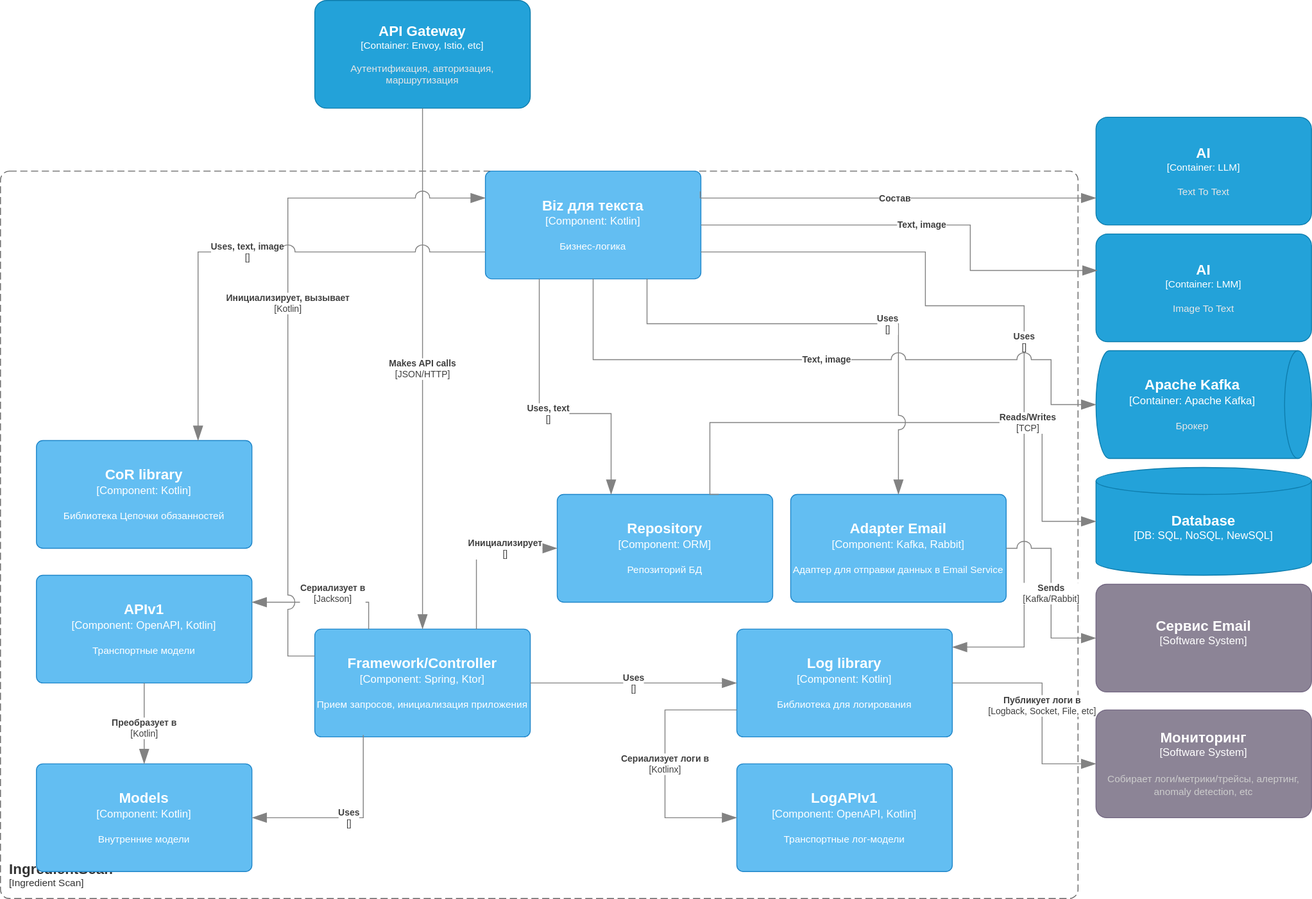
psa-corp/otuskotlin-hw keeps this draw.io diagram as docs/03-architecture/arch-C4-Components.drawio.svg. Above is the earlier version. Source tidied: cells renumbered, new cells last; positions are measured from the earlier drawing's top-left corner, leaving out a move shared by most shapes.
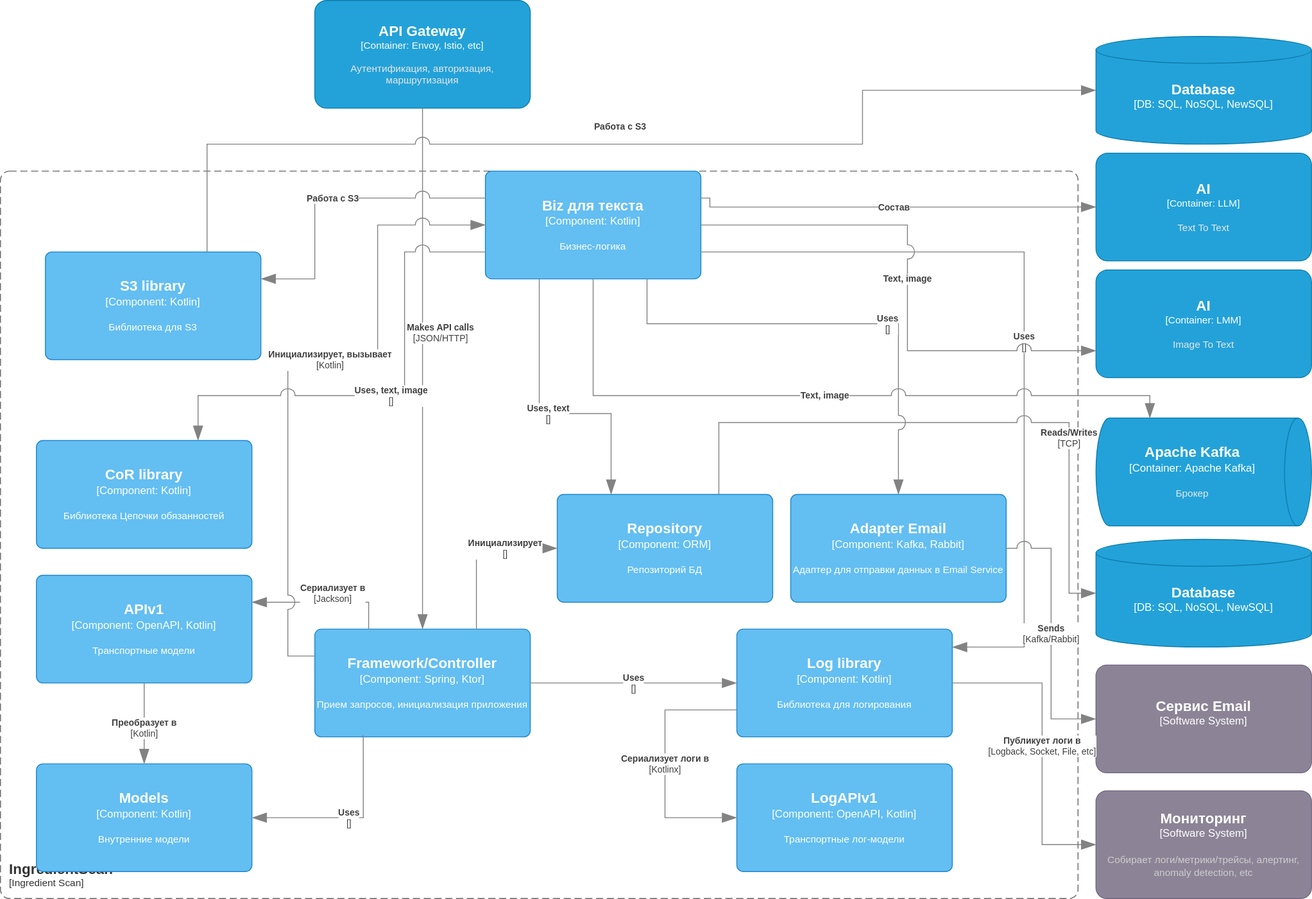
After the commit.

Change to the diagram source:
```diff
@@ -14,7 +14,7 @@
     </object>
     <object id="4" label="&lt;font style=&quot;font-size: 16px&quot;&gt;&lt;b&gt;%c4Name%&lt;/b&gt;&lt;/font&gt;&lt;div&gt;[%c4Type%]&lt;/div&gt;&lt;br&gt;&lt;div&gt;&lt;font style=&quot;font-size: 11px&quot;&gt;&lt;font color=&quot;#cccccc&quot;&gt;%c4Description%&lt;/font&gt;&lt;/div&gt;" c4Description="" c4Name="Сервис Email" c4Type="Software System" placeholders="1">
       <mxCell style="rounded=1;whiteSpace=wrap;html=1;labelBackgroundColor=none;fillColor=#8C8496;fontColor=#ffffff;align=center;arcSize=10;strokeColor=#736782;points=[[0.25,0,0],[0.5,0,0],[0.75,0,0],[1,0.25,0],[1,0.5,0],[1,0.75,0],[0.75,1,0],[0.5,1,0],[0.25,1,0],[0,0.75,0],[0,0.5,0],[0,0.25,0]];" parent="1" vertex="1">
-        <mxGeometry x="1220" y="650" width="240" height="120" as="geometry" />
+        <mxGeometry x="1220" y="740" width="240" height="120" as="geometry" />
       </mxCell>
     </object>
     <object id="5" label="&lt;font style=&quot;font-size: 16px&quot;&gt;&lt;b&gt;%c4Name%&lt;/b&gt;&lt;/font&gt;&lt;div&gt;[%c4Type%: %c4Technology%]&lt;/div&gt;&lt;br&gt;&lt;div&gt;&lt;font style=&quot;font-size: 11px&quot;&gt;%c4Description%&lt;/font&gt;&lt;/div&gt;" c4Description="Прием запросов, инициализация приложения" c4Name="Framework/Controller" c4Technology="Spring, Ktor" c4Type="Component" placeholders="1">
@@ -34,7 +34,7 @@
     </object>
     <object id="8" label="&lt;div style=&quot;text-align: left&quot;&gt;&lt;div style=&quot;text-align: center&quot;&gt;&lt;b&gt;%c4Description%&lt;/b&gt;&lt;/div&gt;&lt;div style=&quot;text-align: center&quot;&gt;[%c4Technology%]&lt;/div&gt;&lt;/div&gt;" c4Description="Makes API calls" c4Technology="JSON/HTTP" c4Type="Relationship" placeholders="1">
       <mxCell style="endArrow=blockThin;html=1;fontSize=10;fontColor=#404040;strokeWidth=1;endFill=1;strokeColor=#828282;elbow=vertical;endSize=14;startSize=14;jumpStyle=arc;jumpSize=16;rounded=0;edgeStyle=orthogonalEdgeStyle;exitX=0.5;exitY=1;exitDx=0;exitDy=0;exitPerimeter=0;entryX=0.5;entryY=0;entryDx=0;entryDy=0;entryPerimeter=0;" parent="1" edge="1" source="3" target="5">
-        <mxGeometry relative="1" as="geometry" />
+        <mxGeometry x="-0.14" y="20" relative="1" as="geometry" />
       </mxCell>
     </object>
     <object id="9" label="&lt;div style=&quot;text-align: left&quot;&gt;&lt;div style=&quot;text-align: center&quot;&gt;&lt;b&gt;%c4Description%&lt;/b&gt;&lt;/div&gt;&lt;div style=&quot;text-align: center&quot;&gt;[%c4Technology%]&lt;/div&gt;&lt;/div&gt;" c4Description="Сериализует в" c4Technology="Jackson" c4Type="Relationship" placeholders="1">
@@ -58,11 +58,13 @@
       </mxCell>
     </object>
     <object id="12" label="&lt;div style=&quot;text-align: left&quot;&gt;&lt;div style=&quot;text-align: center&quot;&gt;&lt;b&gt;%c4Description%&lt;/b&gt;&lt;/div&gt;&lt;div style=&quot;text-align: center&quot;&gt;[%c4Technology%]&lt;/div&gt;&lt;/div&gt;" c4Description="Инициализирует, вызывает" c4Technology="Kotlin" c4Type="Relationship" placeholders="1">
-      <mxCell style="endArrow=blockThin;html=1;fontSize=10;fontColor=#404040;strokeWidth=1;endFill=1;strokeColor=#828282;elbow=vertical;endSize=14;startSize=14;jumpStyle=arc;jumpSize=16;rounded=0;edgeStyle=orthogonalEdgeStyle;exitX=0;exitY=0.25;exitDx=0;exitDy=0;exitPerimeter=0;entryX=0;entryY=0.25;entryDx=0;entryDy=0;entryPerimeter=0;" parent="1" edge="1" source="5" target="11">
+      <mxCell style="endArrow=blockThin;html=1;fontSize=10;fontColor=#404040;strokeWidth=1;endFill=1;strokeColor=#828282;elbow=vertical;endSize=14;startSize=14;jumpStyle=arc;jumpSize=16;rounded=0;edgeStyle=orthogonalEdgeStyle;exitX=0;exitY=0.25;exitDx=0;exitDy=0;exitPerimeter=0;entryX=0;entryY=0.5;entryDx=0;entryDy=0;entryPerimeter=0;" parent="1" edge="1" source="5" target="11">
         <mxGeometry x="0.11" relative="1" as="geometry">
           <Array as="points">
             <mxPoint x="320" y="730" />
-            <mxPoint x="320" y="220" />
+            <mxPoint x="320" y="400" />
+            <mxPoint x="420" y="400" />
+            <mxPoint x="420" y="250" />
           </Array>
         </mxGeometry>
       </mxCell>
@@ -90,7 +92,9 @@
       <mxCell style="endArrow=blockThin;html=1;fontSize=10;fontColor=#404040;strokeWidth=1;endFill=1;strokeColor=#828282;elbow=vertical;endSize=14;startSize=14;jumpStyle=arc;jumpSize=16;rounded=0;edgeStyle=orthogonalEdgeStyle;entryX=0.75;entryY=0;entryDx=0;entryDy=0;entryPerimeter=0;exitX=0;exitY=0.75;exitDx=0;exitDy=0;exitPerimeter=0;" parent="1" edge="1" source="11" target="15">
         <mxGeometry relative="1" as="geometry">
           <Array as="points">
-            <mxPoint x="220" y="280" />
+            <mxPoint x="450" y="280" />
+            <mxPoint x="450" y="440" />
+            <mxPoint x="220" y="440" />
           </Array>
         </mxGeometry>
       </mxCell>
@@ -120,9 +124,7 @@
         <mxGeometry x="0.05" relative="1" as="geometry">
           <mxPoint x="1060" y="720" as="targetPoint" />
           <Array as="points">
-            <mxPoint x="1030" y="280" />
-            <mxPoint x="1030" y="340" />
-            <mxPoint x="1140" y="340" />
+            <mxPoint x="1140" y="280" />
             <mxPoint x="1140" y="720" />
           </Array>
         </mxGeometry>
@@ -130,16 +132,16 @@
     </object>
     <object id="21" label="&lt;font style=&quot;font-size: 16px&quot;&gt;&lt;b&gt;%c4Type%&lt;/b&gt;&lt;/font&gt;&lt;div&gt;[%c4Container%:&amp;nbsp;%c4Technology%]&lt;/div&gt;&lt;br&gt;&lt;div&gt;&lt;font style=&quot;font-size: 11px&quot;&gt;&lt;font color=&quot;#E6E6E6&quot;&gt;%c4Description%&lt;/font&gt;&lt;/div&gt;" c4Container="DB" c4Description="" c4Technology="SQL, NoSQL, NewSQL" c4Type="Database" placeholders="1">
       <mxCell style="shape=cylinder3;size=15;whiteSpace=wrap;html=1;boundedLbl=1;rounded=0;labelBackgroundColor=none;fillColor=#23A2D9;fontSize=12;fontColor=#ffffff;align=center;strokeColor=#0E7DAD;points=[[0.5,0,0],[1,0.25,0],[1,0.5,0],[1,0.75,0],[0.5,1,0],[0,0.75,0],[0,0.5,0],[0,0.25,0]];" parent="1" vertex="1">
-        <mxGeometry x="1220" y="520" width="240" height="120" as="geometry" />
+        <mxGeometry x="1220" y="600" width="240" height="120" as="geometry" />
       </mxCell>
     </object>
     <object id="22" label="&lt;div style=&quot;text-align: left&quot;&gt;&lt;div style=&quot;text-align: center&quot;&gt;&lt;b&gt;%c4Description%&lt;/b&gt;&lt;/div&gt;&lt;div style=&quot;text-align: center&quot;&gt;[%c4Technology%]&lt;/div&gt;&lt;/div&gt;" c4Description="Reads/Writes" c4Technology="TCP" c4Type="Relationship" placeholders="1">
       <mxCell style="endArrow=blockThin;html=1;fontSize=10;fontColor=#404040;strokeWidth=1;endFill=1;strokeColor=#828282;elbow=vertical;endSize=14;startSize=14;jumpStyle=arc;jumpSize=16;rounded=0;edgeStyle=orthogonalEdgeStyle;exitX=0.75;exitY=0;exitDx=0;exitDy=0;exitPerimeter=0;entryX=0;entryY=0.5;entryDx=0;entryDy=0;entryPerimeter=0;" parent="1" edge="1" source="13" target="21">
         <mxGeometry x="0.41" relative="1" as="geometry">
           <Array as="points">
-            <mxPoint x="790" y="470" />
-            <mxPoint x="1160" y="470" />
-            <mxPoint x="1160" y="580" />
+            <mxPoint x="800" y="470" />
+            <mxPoint x="1190" y="470" />
+            <mxPoint x="1190" y="660" />
           </Array>
         </mxGeometry>
       </mxCell>
@@ -161,7 +163,7 @@
     </object>
     <object id="25" label="&lt;font style=&quot;font-size: 16px&quot;&gt;&lt;b&gt;%c4Name%&lt;/b&gt;&lt;/font&gt;&lt;div&gt;[%c4Type%]&lt;/div&gt;&lt;br&gt;&lt;div&gt;&lt;font style=&quot;font-size: 11px&quot;&gt;&lt;font color=&quot;#cccccc&quot;&gt;%c4Description%&lt;/font&gt;&lt;/div&gt;" c4Description="Собирает логи/метрики/трейсы, алертинг, anomaly detection, etc" c4Name="Мониторинг" c4Type="Software System" placeholders="1">
       <mxCell style="rounded=1;whiteSpace=wrap;html=1;labelBackgroundColor=none;fillColor=#8C8496;fontColor=#ffffff;align=center;arcSize=10;strokeColor=#736782;points=[[0.25,0,0],[0.5,0,0],[0.75,0,0],[1,0.25,0],[1,0.5,0],[1,0.75,0],[0.75,1,0],[0.5,1,0],[0.25,1,0],[0,0.75,0],[0,0.5,0],[0,0.25,0]];" parent="1" vertex="1">
-        <mxGeometry x="1220" y="790" width="240" height="120" as="geometry" />
+        <mxGeometry x="1220" y="880" width="240" height="120" as="geometry" />
       </mxCell>
     </object>
     <object id="26" label="&lt;div style=&quot;text-align: left&quot;&gt;&lt;div style=&quot;text-align: center&quot;&gt;&lt;b&gt;%c4Description%&lt;/b&gt;&lt;/div&gt;&lt;div style=&quot;text-align: center&quot;&gt;[%c4Technology%]&lt;/div&gt;&lt;/div&gt;" c4Description="Публикует логи в" c4Technology="Logback, Socket, File, etc" c4Type="Relationship" placeholders="1">
@@ -169,7 +171,7 @@
         <mxGeometry relative="1" as="geometry">
           <Array as="points">
             <mxPoint x="1160" y="760" />
-            <mxPoint x="1160" y="850" />
+            <mxPoint x="1160" y="940" />
           </Array>
         </mxGeometry>
       </mxCell>
@@ -205,48 +207,79 @@
     </object>
     <object id="31" label="&lt;font style=&quot;font-size: 16px&quot;&gt;&lt;b&gt;%c4Name%&lt;/b&gt;&lt;/font&gt;&lt;div&gt;[%c4Type%:&amp;nbsp;%c4Technology%]&lt;/div&gt;&lt;br&gt;&lt;div&gt;&lt;font style=&quot;font-size: 11px&quot;&gt;&lt;font color=&quot;#E6E6E6&quot;&gt;%c4Description%&lt;/font&gt;&lt;/div&gt;" c4Description="Брокер" c4Name="Apache Kafka" c4Technology="Apache Kafka" c4Type="Container" placeholders="1">
       <mxCell style="shape=cylinder3;size=15;direction=south;whiteSpace=wrap;html=1;boundedLbl=1;rounded=0;labelBackgroundColor=none;fillColor=#23A2D9;fontSize=12;fontColor=#ffffff;align=center;strokeColor=#0E7DAD;points=[[0.5,0,0],[1,0.25,0],[1,0.5,0],[1,0.75,0],[0.5,1,0],[0,0.75,0],[0,0.5,0],[0,0.25,0]];verticalAlign=middle;arcSize=11;fontFamily=Helvetica;" parent="1" vertex="1">
-        <mxGeometry x="1220" y="390" width="240" height="120" as="geometry" />
+        <mxGeometry x="1220" y="465" width="240" height="120" as="geometry" />
       </mxCell>
     </object>
     <object id="32" label="&lt;font style=&quot;font-size: 16px&quot;&gt;&lt;b&gt;%c4Name%&lt;/b&gt;&lt;/font&gt;&lt;div&gt;[%c4Type%: %c4Technology%]&lt;/div&gt;&lt;br&gt;&lt;div&gt;&lt;font style=&quot;font-size: 11px&quot;&gt;&lt;font color=&quot;#E6E6E6&quot;&gt;%c4Description%&lt;/font&gt;&lt;/div&gt;" c4Description="Image To Text" c4Name="AI" c4Technology="LMM" c4Type="Container" placeholders="1">
       <mxCell style="rounded=1;whiteSpace=wrap;html=1;fontSize=11;labelBackgroundColor=none;fillColor=#23A2D9;fontColor=#ffffff;align=center;arcSize=11;strokeColor=#0E7DAD;points=[[0.25,0,0],[0.5,0,0],[0.75,0,0],[1,0.25,0],[1,0.5,0],[1,0.75,0],[0.75,1,0],[0.5,1,0],[0.25,1,0],[0,0.75,0],[0,0.5,0],[0,0.25,0]];" parent="1" vertex="1">
-        <mxGeometry x="1220" y="260" width="240" height="120" as="geometry" />
+        <mxGeometry x="1220" y="300" width="240" height="120" as="geometry" />
       </mxCell>
     </object>
     <object id="33" label="&lt;font style=&quot;font-size: 16px&quot;&gt;&lt;b&gt;%c4Name%&lt;/b&gt;&lt;/font&gt;&lt;div&gt;[%c4Type%: %c4Technology%]&lt;/div&gt;&lt;br&gt;&lt;div&gt;&lt;font style=&quot;font-size: 11px&quot;&gt;&lt;font color=&quot;#E6E6E6&quot;&gt;%c4Description%&lt;/font&gt;&lt;/div&gt;" c4Description="Text To Text" c4Name="AI" c4Technology="LLM" c4Type="Container" placeholders="1">
       <mxCell style="rounded=1;whiteSpace=wrap;html=1;fontSize=11;labelBackgroundColor=none;fillColor=#23A2D9;fontColor=#ffffff;align=center;arcSize=11;strokeColor=#0E7DAD;points=[[0.25,0,0],[0.5,0,0],[0.75,0,0],[1,0.25,0],[1,0.5,0],[1,0.75,0],[0.75,1,0],[0.5,1,0],[0.25,1,0],[0,0.75,0],[0,0.5,0],[0,0.25,0]];" parent="1" vertex="1">
-        <mxGeometry x="1220" y="130" width="240" height="120" as="geometry" />
+        <mxGeometry x="1220" y="170" width="240" height="120" as="geometry" />
       </mxCell>
     </object>
     <object id="34" label="&lt;div style=&quot;text-align: left&quot;&gt;&lt;div style=&quot;text-align: center&quot;&gt;&lt;b&gt;%c4Description%&lt;/b&gt;&lt;/div&gt;" c4Description="Text, image" c4Type="Relationship" placeholders="1">
-      <mxCell style="endArrow=blockThin;html=1;fontSize=10;fontColor=#404040;strokeWidth=1;endFill=1;strokeColor=#828282;elbow=vertical;endSize=14;startSize=14;jumpStyle=arc;jumpSize=16;rounded=0;edgeStyle=orthogonalEdgeStyle;entryX=0.5;entryY=1;entryDx=0;entryDy=0;entryPerimeter=0;exitX=0.5;exitY=1;exitDx=0;exitDy=0;exitPerimeter=0;" parent="1" edge="1" source="11" target="31">
+      <mxCell style="endArrow=blockThin;html=1;fontSize=10;fontColor=#404040;strokeWidth=1;endFill=1;strokeColor=#828282;elbow=vertical;endSize=14;startSize=14;jumpStyle=arc;jumpSize=16;rounded=0;edgeStyle=orthogonalEdgeStyle;entryX=0;entryY=0.75;entryDx=0;entryDy=0;entryPerimeter=0;exitX=0.5;exitY=1;exitDx=0;exitDy=0;exitPerimeter=0;" parent="1" edge="1" source="11" target="31">
         <mxGeometry relative="1" as="geometry">
           <Array as="points">
-            <mxPoint x="660" y="400" />
-            <mxPoint x="1170" y="400" />
-            <mxPoint x="1170" y="450" />
+            <mxPoint x="660" y="440" />
+            <mxPoint x="1280" y="440" />
           </Array>
         </mxGeometry>
       </mxCell>
     </object>
     <object id="35" label="&lt;div style=&quot;text-align: left&quot;&gt;&lt;div style=&quot;text-align: center&quot;&gt;&lt;b&gt;%c4Description%&lt;/b&gt;&lt;/div&gt;" c4Description="Text, image" c4Type="Relationship" placeholders="1">
-      <mxCell style="endArrow=blockThin;html=1;fontSize=10;fontColor=#404040;strokeWidth=1;endFill=1;strokeColor=#828282;elbow=vertical;endSize=14;startSize=14;jumpStyle=arc;jumpSize=16;rounded=0;edgeStyle=orthogonalEdgeStyle;exitX=1;exitY=0.5;exitDx=0;exitDy=0;exitPerimeter=0;entryX=0.006;entryY=0.339;entryDx=0;entryDy=0;entryPerimeter=0;" parent="1" edge="1" source="11" target="32">
+      <mxCell style="endArrow=blockThin;html=1;fontSize=10;fontColor=#404040;strokeWidth=1;endFill=1;strokeColor=#828282;elbow=vertical;endSize=14;startSize=14;jumpStyle=arc;jumpSize=16;rounded=0;edgeStyle=orthogonalEdgeStyle;exitX=1;exitY=0.5;exitDx=0;exitDy=0;exitPerimeter=0;entryX=0;entryY=0.75;entryDx=0;entryDy=0;entryPerimeter=0;" parent="1" edge="1" source="11" target="32">
         <mxGeometry relative="1" as="geometry">
           <Array as="points">
-            <mxPoint x="1080" y="250" />
-            <mxPoint x="1080" y="301" />
+            <mxPoint x="1010" y="250" />
+            <mxPoint x="1010" y="390" />
           </Array>
         </mxGeometry>
       </mxCell>
     </object>
     <object id="36" label="&lt;div style=&quot;text-align: left&quot;&gt;&lt;div style=&quot;text-align: center&quot;&gt;&lt;b&gt;%c4Description%&lt;/b&gt;&lt;/div&gt;" c4Description="Состав" c4Type="Relationship" placeholders="1">
-      <mxCell style="endArrow=blockThin;html=1;fontSize=10;fontColor=#404040;strokeWidth=1;endFill=1;strokeColor=#828282;elbow=vertical;endSize=14;startSize=14;jumpStyle=arc;jumpSize=16;rounded=0;edgeStyle=orthogonalEdgeStyle;exitX=0.997;exitY=0.189;exitDx=0;exitDy=0;exitPerimeter=0;entryX=0;entryY=0.75;entryDx=0;entryDy=0;entryPerimeter=0;" parent="1" edge="1" source="11" target="33">
+      <mxCell style="endArrow=blockThin;html=1;fontSize=10;fontColor=#404040;strokeWidth=1;endFill=1;strokeColor=#828282;elbow=vertical;endSize=14;startSize=14;jumpStyle=arc;jumpSize=16;rounded=0;edgeStyle=orthogonalEdgeStyle;exitX=1;exitY=0.25;exitDx=0;exitDy=0;exitPerimeter=0;entryX=0;entryY=0.5;entryDx=0;entryDy=0;entryPerimeter=0;" parent="1" edge="1" source="11" target="33">
         <mxGeometry relative="1" as="geometry">
           <Array as="points">
-            <mxPoint x="779" y="220" />
+            <mxPoint x="790" y="220" />
+            <mxPoint x="790" y="230" />
           </Array>
         </mxGeometry>
       </mxCell>
     </object>
+    <object id="37" label="&lt;font style=&quot;font-size: 16px&quot;&gt;&lt;b&gt;%c4Type%&lt;/b&gt;&lt;/font&gt;&lt;div&gt;[%c4Container%:&amp;nbsp;%c4Technology%]&lt;/div&gt;&lt;br&gt;&lt;div&gt;&lt;font style=&quot;font-size: 11px&quot;&gt;&lt;font color=&quot;#E6E6E6&quot;&gt;%c4Description%&lt;/font&gt;&lt;/div&gt;" c4Container="DB" c4Description="" c4Technology="SQL, NoSQL, NewSQL" c4Type="Database" placeholders="1">
+      <mxCell style="shape=cylinder3;size=15;whiteSpace=wrap;html=1;boundedLbl=1;rounded=0;labelBackgroundColor=none;fillColor=#23A2D9;fontSize=12;fontColor=#ffffff;align=center;strokeColor=#0E7DAD;points=[[0.5,0,0],[1,0.25,0],[1,0.5,0],[1,0.75,0],[0.5,1,0],[0,0.75,0],[0,0.5,0],[0,0.25,0]];" parent="1" vertex="1">
+        <mxGeometry x="1220" y="40" width="240" height="120" as="geometry" />
+      </mxCell>
+    </object>
+    <object id="38" label="&lt;font style=&quot;font-size: 16px&quot;&gt;&lt;b&gt;%c4Name%&lt;/b&gt;&lt;/font&gt;&lt;div&gt;[%c4Type%: %c4Technology%]&lt;/div&gt;&lt;br&gt;&lt;div&gt;&lt;font style=&quot;font-size: 11px&quot;&gt;%c4Description%&lt;/font&gt;&lt;/div&gt;" c4Description="Библиотека для S3" c4Name="S3 library" c4Technology="Kotlin" c4Type="Component" placeholders="1">
+      <mxCell style="rounded=1;whiteSpace=wrap;html=1;labelBackgroundColor=none;fillColor=#63BEF2;fontColor=#ffffff;align=center;arcSize=6;strokeColor=#2086C9;points=[[0.25,0,0],[0.5,0,0],[0.75,0,0],[1,0.25,0],[1,0.5,0],[1,0.75,0],[0.75,1,0],[0.5,1,0],[0.25,1,0],[0,0.75,0],[0,0.5,0],[0,0.25,0]];" parent="1" vertex="1">
+        <mxGeometry x="50" y="280" width="240" height="120" as="geometry" />
+      </mxCell>
+    </object>
+    <object id="39" label="&lt;div style=&quot;text-align: left&quot;&gt;&lt;div style=&quot;text-align: center&quot;&gt;&lt;b&gt;%c4Description%&lt;/b&gt;&lt;/div&gt;" c4Description="Работа с S3" c4Type="Relationship" placeholders="1">
+      <mxCell style="endArrow=blockThin;html=1;fontSize=10;fontColor=#404040;strokeWidth=1;endFill=1;strokeColor=#828282;elbow=vertical;endSize=14;startSize=14;jumpStyle=arc;jumpSize=16;rounded=0;edgeStyle=orthogonalEdgeStyle;exitX=0;exitY=0.25;exitDx=0;exitDy=0;exitPerimeter=0;entryX=1;entryY=0.25;entryDx=0;entryDy=0;entryPerimeter=0;" parent="1" edge="1" source="11" target="38">
+        <mxGeometry relative="1" as="geometry">
+          <Array as="points">
+            <mxPoint x="350" y="220" />
+            <mxPoint x="350" y="310" />
+          </Array>
+        </mxGeometry>
+      </mxCell>
+    </object>
+    <object id="40" label="&lt;div style=&quot;text-align: left&quot;&gt;&lt;div style=&quot;text-align: center&quot;&gt;&lt;b&gt;%c4Description%&lt;/b&gt;&lt;/div&gt;" c4Description="Работа с S3" c4Type="Relationship" placeholders="1">
+      <mxCell style="endArrow=blockThin;html=1;fontSize=10;fontColor=#404040;strokeWidth=1;endFill=1;strokeColor=#828282;elbow=vertical;endSize=14;startSize=14;jumpStyle=arc;jumpSize=16;rounded=0;edgeStyle=orthogonalEdgeStyle;exitX=0.75;exitY=0;exitDx=0;exitDy=0;exitPerimeter=0;entryX=0;entryY=0.5;entryDx=0;entryDy=0;entryPerimeter=0;" parent="1" edge="1" source="38" target="37">
+        <mxGeometry x="-0.01" y="20" relative="1" as="geometry">
+          <Array as="points">
+            <mxPoint x="230" y="160" />
+            <mxPoint x="960" y="160" />
+            <mxPoint x="960" y="100" />
+          </Array>
+        </mxGeometry>
+      </mxCell>
+    </object>
   </root>
 </mxGraphModel>
```
